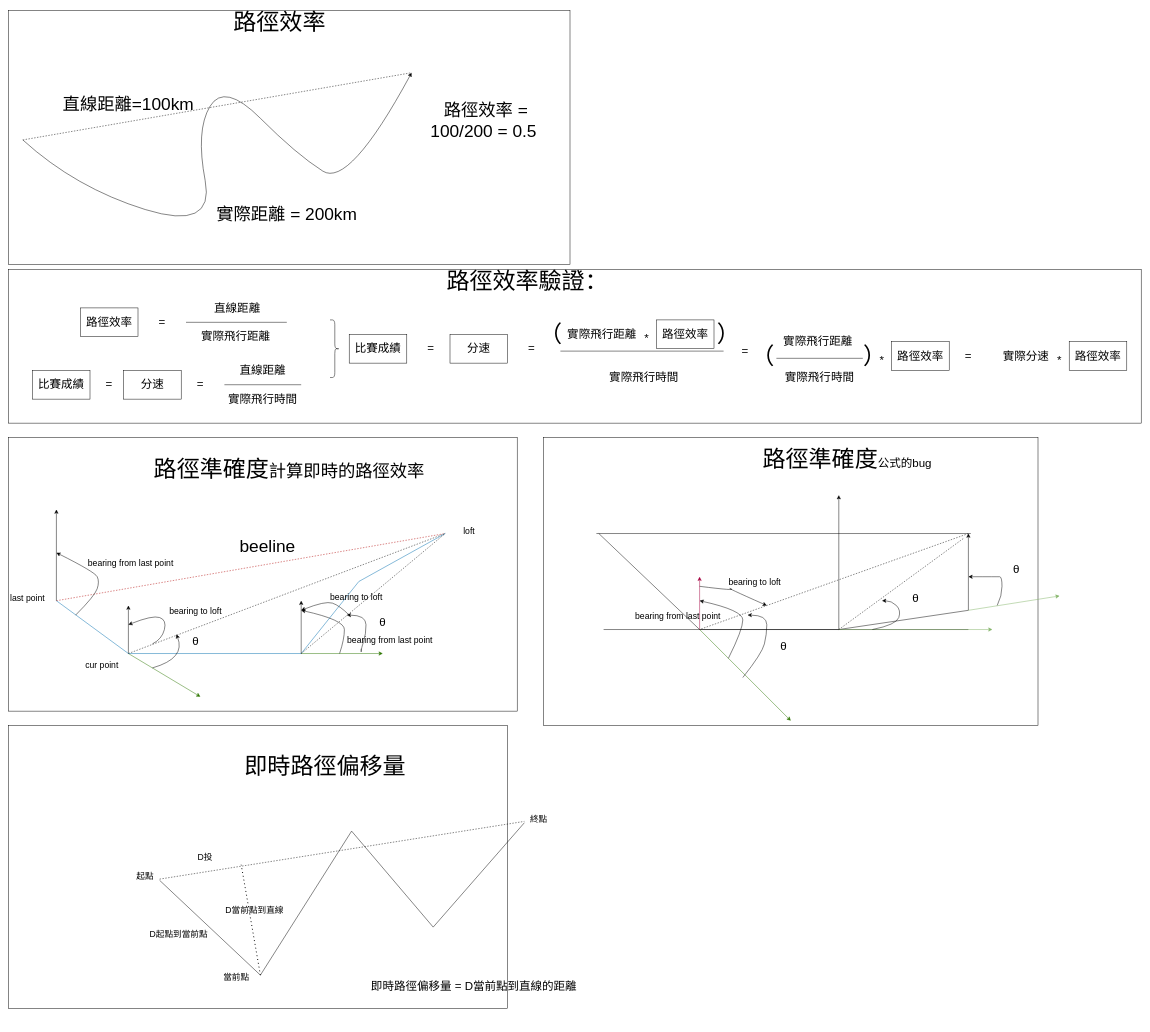
Before: page "routeEfficiency公式圖解" (1 of 16) of gpsDataAnalysisFunctionDesion.drawio in pengzhen80/PigeonRace, a draw.io diagram. Source tidied: cells renumbered, new cells numbered last; positions are measured from the earlier drawing's top-left corner, leaving out a move shared by most shapes. Both pictures are drawn from the tidied source at 48%, with x=0, y=0 at pixel (8, 10).
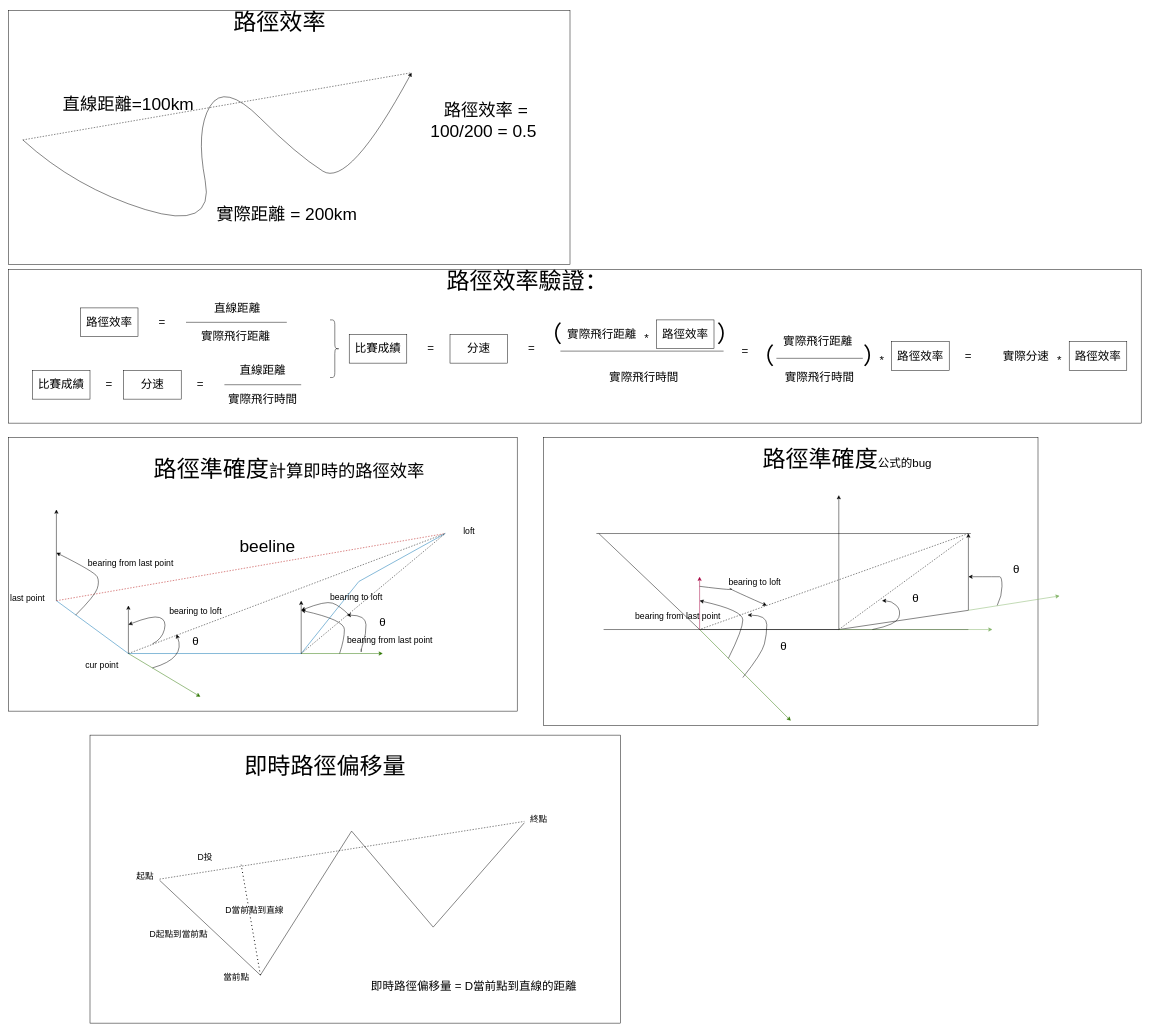
The same diagram, later.

The edit, as a diff of the source:
```diff
@@
-    <mxCell id="2" style="rounded=0;whiteSpace=wrap;html=1;fontSize=24;" parent="1" vertex="1">
-      <mxGeometry y="1490" width="1040" height="590" as="geometry" />
-    </mxCell>
+    <mxCell id="108" style="rounded=0;whiteSpace=wrap;html=1;" parent="1" vertex="1">
+      <mxGeometry x="170" y="1510" width="1105" height="600" as="geometry" />
+    </mxCell>
```
